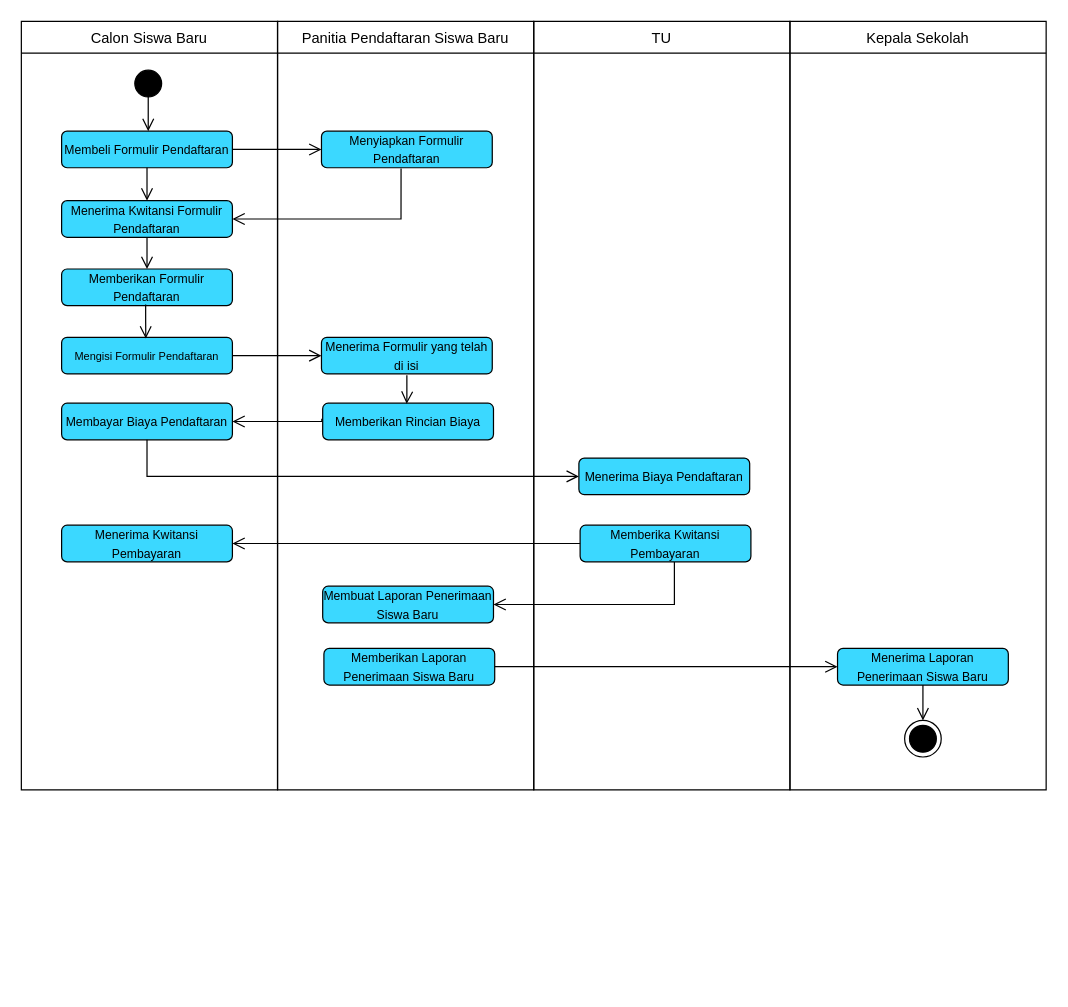
This is activity.drawio from danangsptro/register-vhs, a draw.io file, before an edit. Source tidied: cells renumbered, new cells numbered last; positions are measured from the earlier drawing's top-left corner, leaving out a move shared by most shapes. Both pictures are drawn from the tidied source at 122%, with x=0, y=0 at pixel (21, 21).
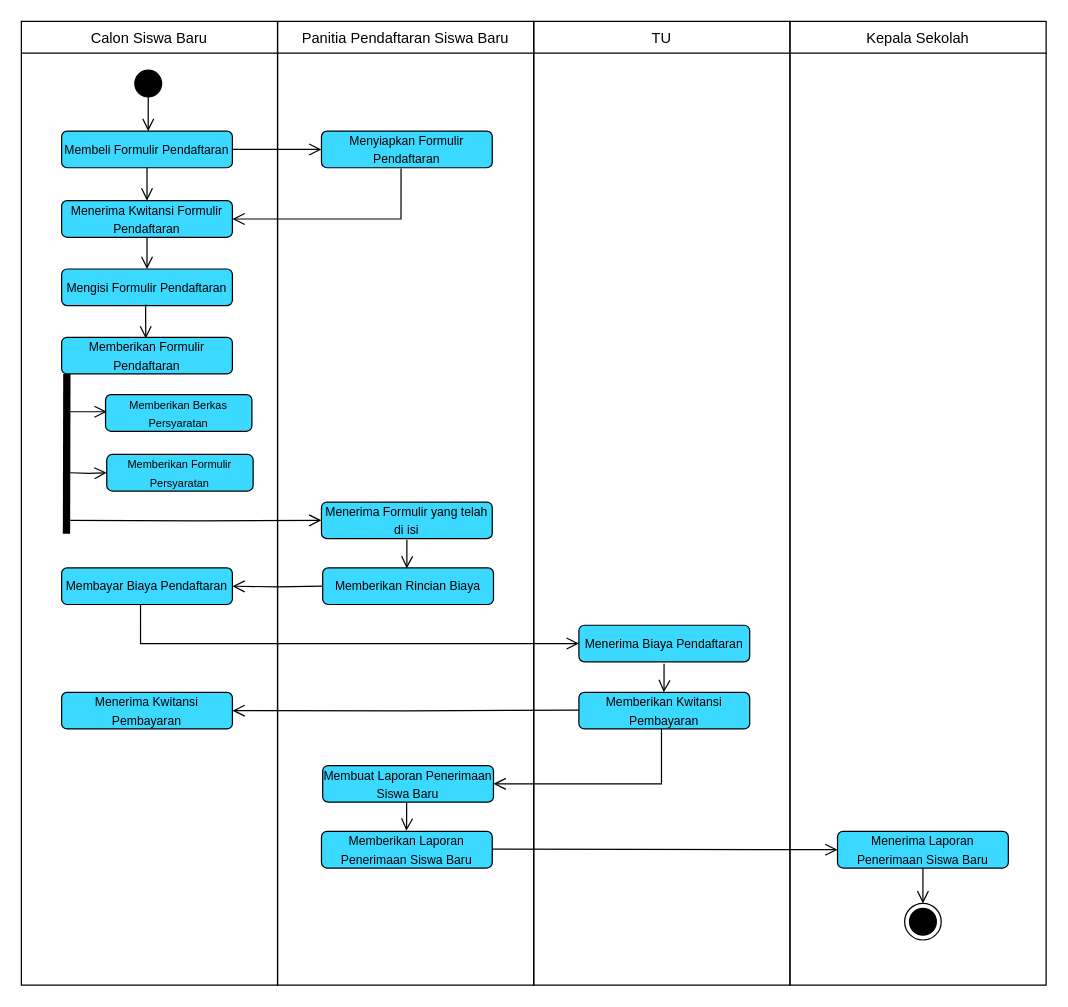
Above is the later version.

The edit, as a diff of the source:
```diff
@@
     <mxCell id="2" value="Calon Siswa Baru" style="swimlane;fontStyle=0;horizontal=1;startSize=26;fillColor=none;" parent="1" vertex="1">
-      <mxGeometry width="210" height="630" as="geometry" />
+      <mxGeometry width="210" height="790" as="geometry" />
     </mxCell>
@@
     <mxCell id="6" value="Panitia Pendaftaran Siswa Baru" style="swimlane;fontStyle=0;horizontal=1;startSize=26;fillColor=none;" parent="1" vertex="1">
-      <mxGeometry x="210" width="210" height="630" as="geometry" />
+      <mxGeometry x="210" width="210" height="790" as="geometry" />
     </mxCell>
     <mxCell id="7" value="TU" style="swimlane;fontStyle=0;horizontal=1;startSize=26;fillColor=none;" parent="1" vertex="1">
-      <mxGeometry x="420" width="210" height="630" as="geometry" />
+      <mxGeometry x="420" width="210" height="790" as="geometry" />
     </mxCell>
+    <mxCell id="36" style="edgeStyle=orthogonalEdgeStyle;html=1;verticalAlign=bottom;endArrow=open;endSize=8;strokeColor=#000000;rounded=0;entryX=1;entryY=0.5;entryDx=0;entryDy=0;" parent="7" edge="1" target="28">
+      <mxGeometry relative="1" as="geometry">
+        <mxPoint x="104.7" y="580" as="sourcePoint" />
+        <Array as="points">
+          <mxPoint x="105" y="625" />
+        </Array>
+      </mxGeometry>
+    </mxCell>
+    <mxCell id="37" style="edgeStyle=orthogonalEdgeStyle;html=1;verticalAlign=bottom;endArrow=open;endSize=8;strokeColor=#000000;rounded=0;entryX=0;entryY=0.5;entryDx=0;entryDy=0;" parent="7" edge="1" target="31">
+      <mxGeometry relative="1" as="geometry">
+        <mxPoint x="-34" y="678.5" as="sourcePoint" />
+      </mxGeometry>
+    </mxCell>
     <mxCell id="8" value="Kepala Sekolah" style="swimlane;fontStyle=0;horizontal=1;startSize=26;fillColor=none;" parent="1" vertex="1">
-      <mxGeometry x="630" width="210" height="630" as="geometry" />
+      <mxGeometry x="630" width="210" height="790" as="geometry" />
     </mxCell>
@@
-    <mxCell id="13" value="&lt;font style=&quot;font-size: 10px;&quot;&gt;Memberikan Formulir Pendaftaran&lt;/font&gt;" style="rounded=1;whiteSpace=wrap;html=1;strokeColor=default;fillColor=#3BD8FF;gradientColor=none;" parent="1" vertex="1">
+    <mxCell id="13" value="&lt;font style=&quot;font-size: 10px;&quot;&gt;Mengisi Formulir Pendaftaran&lt;/font&gt;" style="rounded=1;whiteSpace=wrap;html=1;strokeColor=default;fillColor=#3BD8FF;gradientColor=none;" parent="1" vertex="1">
       <mxGeometry x="33" y="203" width="140" height="30" as="geometry" />
     </mxCell>
@@
-    <mxCell id="15" value="&lt;font style=&quot;font-size: 9px;&quot;&gt;Mengisi Formulir Pendaftaran&lt;/font&gt;" style="rounded=1;whiteSpace=wrap;html=1;strokeColor=default;fillColor=#3BD8FF;gradientColor=none;" parent="1" vertex="1">
+    <mxCell id="15" value="&lt;font style=&quot;font-size: 10px;&quot;&gt;Memberikan Formulir Pendaftaran&lt;/font&gt;" style="rounded=1;whiteSpace=wrap;html=1;strokeColor=default;fillColor=#3BD8FF;gradientColor=none;" parent="1" vertex="1">
       <mxGeometry x="33" y="259" width="140" height="30" as="geometry" />
     </mxCell>
@@
     <mxCell id="17" value="&lt;font style=&quot;font-size: 10px;&quot;&gt;Menerima Formulir yang telah di isi&lt;/font&gt;" style="rounded=1;whiteSpace=wrap;html=1;strokeColor=default;fillColor=#3BD8FF;gradientColor=none;" parent="1" vertex="1">
-      <mxGeometry x="246" y="259" width="140" height="30" as="geometry" />
+      <mxGeometry x="246" y="394" width="140" height="30" as="geometry" />
     </mxCell>
-    <mxCell id="18" style="edgeStyle=orthogonalEdgeStyle;html=1;verticalAlign=bottom;endArrow=open;endSize=8;strokeColor=#000000;rounded=0;entryX=0;entryY=0.5;entryDx=0;entryDy=0;exitX=1;exitY=0.5;exitDx=0;exitDy=0;" parent="1" edge="1" source="15" target="17">
-      <mxGeometry relative="1" as="geometry" />
-    </mxCell>
     <mxCell id="19" value="&lt;font style=&quot;font-size: 10px;&quot;&gt;Memberikan Rincian Biaya&lt;/font&gt;" style="rounded=1;whiteSpace=wrap;html=1;strokeColor=default;fillColor=#3BD8FF;gradientColor=none;" parent="1" vertex="1">
-      <mxGeometry x="247" y="313" width="140" height="30" as="geometry" />
+      <mxGeometry x="247" y="448" width="140" height="30" as="geometry" />
     </mxCell>
     <mxCell id="20" style="edgeStyle=orthogonalEdgeStyle;html=1;verticalAlign=bottom;endArrow=open;endSize=8;strokeColor=#000000;rounded=0;entryX=0.492;entryY=0.017;entryDx=0;entryDy=0;entryPerimeter=0;" parent="1" edge="1" target="19">
       <mxGeometry relative="1" as="geometry">
-        <mxPoint x="316" y="290" as="sourcePoint" />
+        <mxPoint x="316" y="425" as="sourcePoint" />
         <Array as="points">
-          <mxPoint x="316" y="310" />
+          <mxPoint x="316" y="445" />
         </Array>
       </mxGeometry>
     </mxCell>
     <mxCell id="21" value="&lt;font size=&quot;1&quot;&gt;Membayar Biaya Pendaftaran&lt;/font&gt;" style="rounded=1;whiteSpace=wrap;html=1;strokeColor=default;fillColor=#3BD8FF;gradientColor=none;" parent="1" vertex="1">
-      <mxGeometry x="33" y="313" width="140" height="30" as="geometry" />
+      <mxGeometry x="33" y="448" width="140" height="30" as="geometry" />
     </mxCell>
-    <mxCell id="22" style="edgeStyle=orthogonalEdgeStyle;html=1;verticalAlign=bottom;endArrow=open;endSize=8;strokeColor=#000000;rounded=0;entryX=1;entryY=0.5;entryDx=0;entryDy=0;exitX=-0.005;exitY=0.427;exitDx=0;exitDy=0;exitPerimeter=0;" parent="1" edge="1" source="19" target="21">
-      <mxGeometry relative="1" as="geometry">
-        <Array as="points">
-          <mxPoint x="246" y="328" />
-        </Array>
-      </mxGeometry>
-    </mxCell>
     <mxCell id="23" value="&lt;font size=&quot;1&quot;&gt;Menerima Biaya Pendaftaran&lt;/font&gt;" style="rounded=1;whiteSpace=wrap;html=1;strokeColor=default;fillColor=#3BD8FF;gradientColor=none;" parent="1" vertex="1">
-      <mxGeometry x="457" y="358" width="140" height="30" as="geometry" />
+      <mxGeometry x="457" y="495" width="140" height="30" as="geometry" />
     </mxCell>
-    <mxCell id="24" style="edgeStyle=orthogonalEdgeStyle;html=1;verticalAlign=bottom;endArrow=open;endSize=8;strokeColor=#000000;rounded=0;entryX=0;entryY=0.5;entryDx=0;entryDy=0;exitX=0.5;exitY=1;exitDx=0;exitDy=0;" parent="1" edge="1" source="21" target="23">
-      <mxGeometry relative="1" as="geometry" />
-    </mxCell>
-    <mxCell id="25" value="&lt;font size=&quot;1&quot;&gt;Memberika Kwitansi Pembayaran&lt;/font&gt;" style="rounded=1;whiteSpace=wrap;html=1;strokeColor=default;fillColor=#3BD8FF;gradientColor=none;" parent="1" vertex="1">
-      <mxGeometry x="458" y="413" width="140" height="30" as="geometry" />
+    <mxCell id="25" value="&lt;font size=&quot;1&quot;&gt;Memberikan Kwitansi Pembayaran&lt;/font&gt;" style="rounded=1;whiteSpace=wrap;html=1;strokeColor=default;fillColor=#3BD8FF;gradientColor=none;" parent="1" vertex="1">
+      <mxGeometry x="457" y="550" width="140" height="30" as="geometry" />
     </mxCell>
     <mxCell id="26" value="&lt;font size=&quot;1&quot;&gt;Menerima Kwitansi Pembayaran&lt;/font&gt;" style="rounded=1;whiteSpace=wrap;html=1;strokeColor=default;fillColor=#3BD8FF;gradientColor=none;" parent="1" vertex="1">
-      <mxGeometry x="33" y="413" width="140" height="30" as="geometry" />
+      <mxGeometry x="33" y="550" width="140" height="30" as="geometry" />
     </mxCell>
-    <mxCell id="27" style="edgeStyle=orthogonalEdgeStyle;html=1;verticalAlign=bottom;endArrow=open;endSize=8;strokeColor=#000000;rounded=0;entryX=1;entryY=0.5;entryDx=0;entryDy=0;exitX=0;exitY=0.5;exitDx=0;exitDy=0;" parent="1" edge="1" source="25" target="26">
-      <mxGeometry relative="1" as="geometry" />
-    </mxCell>
     <mxCell id="28" value="&lt;font style=&quot;font-size: 10px;&quot;&gt;Membuat Laporan Penerimaan Siswa Baru&lt;/font&gt;" style="rounded=1;whiteSpace=wrap;html=1;strokeColor=default;fillColor=#3BD8FF;gradientColor=none;" parent="1" vertex="1">
-      <mxGeometry x="247" y="463" width="140" height="30" as="geometry" />
+      <mxGeometry x="247" y="610" width="140" height="30" as="geometry" />
     </mxCell>
-    <mxCell id="29" style="edgeStyle=orthogonalEdgeStyle;html=1;verticalAlign=bottom;endArrow=open;endSize=8;strokeColor=#000000;rounded=0;entryX=1;entryY=0.5;entryDx=0;entryDy=0;exitX=0.552;exitY=1.005;exitDx=0;exitDy=0;exitPerimeter=0;" parent="1" edge="1" source="25" target="28">
-      <mxGeometry relative="1" as="geometry" />
-    </mxCell>
     <mxCell id="30" value="&lt;font style=&quot;font-size: 10px;&quot;&gt;Memberikan Laporan Penerimaan Siswa Baru&lt;/font&gt;" style="rounded=1;whiteSpace=wrap;html=1;strokeColor=default;fillColor=#3BD8FF;gradientColor=none;" parent="1" vertex="1">
-      <mxGeometry x="248" y="514" width="140" height="30" as="geometry" />
+      <mxGeometry x="246" y="664" width="140" height="30" as="geometry" />
     </mxCell>
     <mxCell id="31" value="&lt;font style=&quot;font-size: 10px;&quot;&gt;Menerima Laporan Penerimaan Siswa Baru&lt;/font&gt;" style="rounded=1;whiteSpace=wrap;html=1;strokeColor=default;fillColor=#3BD8FF;gradientColor=none;" parent="1" vertex="1">
-      <mxGeometry x="669" y="514" width="140" height="30" as="geometry" />
+      <mxGeometry x="669" y="664" width="140" height="30" as="geometry" />
     </mxCell>
-    <mxCell id="32" style="edgeStyle=orthogonalEdgeStyle;html=1;verticalAlign=bottom;endArrow=open;endSize=8;strokeColor=#000000;rounded=0;entryX=0;entryY=0.5;entryDx=0;entryDy=0;exitX=1;exitY=0.5;exitDx=0;exitDy=0;" parent="1" edge="1" source="30" target="31">
-      <mxGeometry relative="1" as="geometry" />
-    </mxCell>
     <mxCell id="33" style="ellipse;html=1;shape=endState;fillColor=#000000;strokeColor=#000000;fontSize=10;" parent="1" vertex="1">
-      <mxGeometry x="724" y="573" width="30" height="30" as="geometry" />
+      <mxGeometry x="724" y="723" width="30" height="30" as="geometry" />
     </mxCell>
     <mxCell id="34" style="edgeStyle=orthogonalEdgeStyle;html=1;verticalAlign=bottom;endArrow=open;endSize=8;strokeColor=#000000;rounded=0;entryX=0.5;entryY=0;entryDx=0;entryDy=0;exitX=0.5;exitY=1;exitDx=0;exitDy=0;" parent="1" edge="1" source="31" target="33">
       <mxGeometry relative="1" as="geometry">
         <Array as="points">
-          <mxPoint x="739" y="560" />
-          <mxPoint x="739" y="560" />
+          <mxPoint x="739" y="710" />
+          <mxPoint x="739" y="710" />
         </Array>
       </mxGeometry>
     </mxCell>
@@
+    <mxCell id="38" style="endArrow=none;html=1;rounded=0;strokeWidth=6;" parent="1" edge="1">
+      <mxGeometry relative="1" as="geometry">
+        <mxPoint x="37" y="420" as="sourcePoint" />
+        <mxPoint x="37.3" y="289" as="targetPoint" />
+      </mxGeometry>
+    </mxCell>
+    <mxCell id="39" value="&lt;font style=&quot;font-size: 9px;&quot;&gt;Memberikan Berkas Persyaratan&lt;/font&gt;" style="rounded=1;whiteSpace=wrap;html=1;strokeColor=default;fillColor=#3BD8FF;gradientColor=none;" parent="1" vertex="1">
+      <mxGeometry x="69" y="306" width="120" height="30" as="geometry" />
+    </mxCell>
+    <mxCell id="40" value="&lt;font style=&quot;font-size: 9px;&quot;&gt;Memberikan Formulir Persyaratan&lt;/font&gt;" style="rounded=1;whiteSpace=wrap;html=1;strokeColor=default;fillColor=#3BD8FF;gradientColor=none;" parent="1" vertex="1">
+      <mxGeometry x="70" y="355" width="120" height="30" as="geometry" />
+    </mxCell>
+    <mxCell id="41" style="edgeStyle=orthogonalEdgeStyle;html=1;verticalAlign=bottom;endArrow=open;endSize=8;strokeColor=#000000;rounded=0;" parent="1" edge="1">
+      <mxGeometry relative="1" as="geometry">
+        <mxPoint x="40" y="320" as="sourcePoint" />
+        <mxPoint x="70" y="320" as="targetPoint" />
+      </mxGeometry>
+    </mxCell>
+    <mxCell id="42" style="edgeStyle=orthogonalEdgeStyle;html=1;verticalAlign=bottom;endArrow=open;endSize=8;strokeColor=#000000;rounded=0;entryX=0;entryY=0.5;entryDx=0;entryDy=0;" parent="1" edge="1" target="40">
+      <mxGeometry relative="1" as="geometry">
+        <mxPoint x="40" y="370" as="sourcePoint" />
+      </mxGeometry>
+    </mxCell>
+    <mxCell id="43" style="edgeStyle=orthogonalEdgeStyle;html=1;verticalAlign=bottom;endArrow=open;endSize=8;strokeColor=#000000;rounded=0;entryX=0;entryY=0.5;entryDx=0;entryDy=0;" parent="1" edge="1" target="17">
+      <mxGeometry relative="1" as="geometry">
+        <mxPoint x="40" y="409" as="sourcePoint" />
+      </mxGeometry>
+    </mxCell>
+    <mxCell id="44" style="edgeStyle=orthogonalEdgeStyle;html=1;verticalAlign=bottom;endArrow=open;endSize=8;strokeColor=#000000;rounded=0;entryX=1;entryY=0.5;entryDx=0;entryDy=0;" parent="1" edge="1" target="21">
+      <mxGeometry relative="1" as="geometry">
+        <mxPoint x="247" y="463" as="sourcePoint" />
+      </mxGeometry>
+    </mxCell>
+    <mxCell id="24" style="edgeStyle=orthogonalEdgeStyle;html=1;verticalAlign=bottom;endArrow=open;endSize=8;strokeColor=#000000;rounded=0;entryX=0;entryY=0.5;entryDx=0;entryDy=0;exitX=0.462;exitY=1.014;exitDx=0;exitDy=0;exitPerimeter=0;" parent="1" edge="1" source="21" target="23">
+      <mxGeometry relative="1" as="geometry" />
+    </mxCell>
+    <mxCell id="45" style="edgeStyle=orthogonalEdgeStyle;html=1;verticalAlign=bottom;endArrow=open;endSize=8;strokeColor=#000000;rounded=0;entryX=0.492;entryY=0.017;entryDx=0;entryDy=0;entryPerimeter=0;" parent="1" edge="1">
+      <mxGeometry relative="1" as="geometry">
+        <mxPoint x="526.8" y="526.5" as="sourcePoint" />
+        <mxPoint x="526.6" y="550" as="targetPoint" />
+        <Array as="points">
+          <mxPoint x="526.8" y="546.5" />
+        </Array>
+      </mxGeometry>
+    </mxCell>
+    <mxCell id="46" style="edgeStyle=orthogonalEdgeStyle;html=1;verticalAlign=bottom;endArrow=open;endSize=8;strokeColor=#000000;rounded=0;entryX=1;entryY=0.5;entryDx=0;entryDy=0;" parent="1" edge="1" target="26">
+      <mxGeometry relative="1" as="geometry">
+        <mxPoint x="457" y="564.6" as="sourcePoint" />
+      </mxGeometry>
+    </mxCell>
+    <mxCell id="47" style="edgeStyle=orthogonalEdgeStyle;html=1;verticalAlign=bottom;endArrow=open;endSize=8;strokeColor=#000000;rounded=0;entryX=0.492;entryY=0.017;entryDx=0;entryDy=0;entryPerimeter=0;" parent="1" edge="1">
+      <mxGeometry relative="1" as="geometry">
+        <mxPoint x="315.8" y="640" as="sourcePoint" />
+        <mxPoint x="315.6" y="663.5" as="targetPoint" />
+        <Array as="points">
+          <mxPoint x="315.8" y="660" />
+        </Array>
+      </mxGeometry>
+    </mxCell>
```
